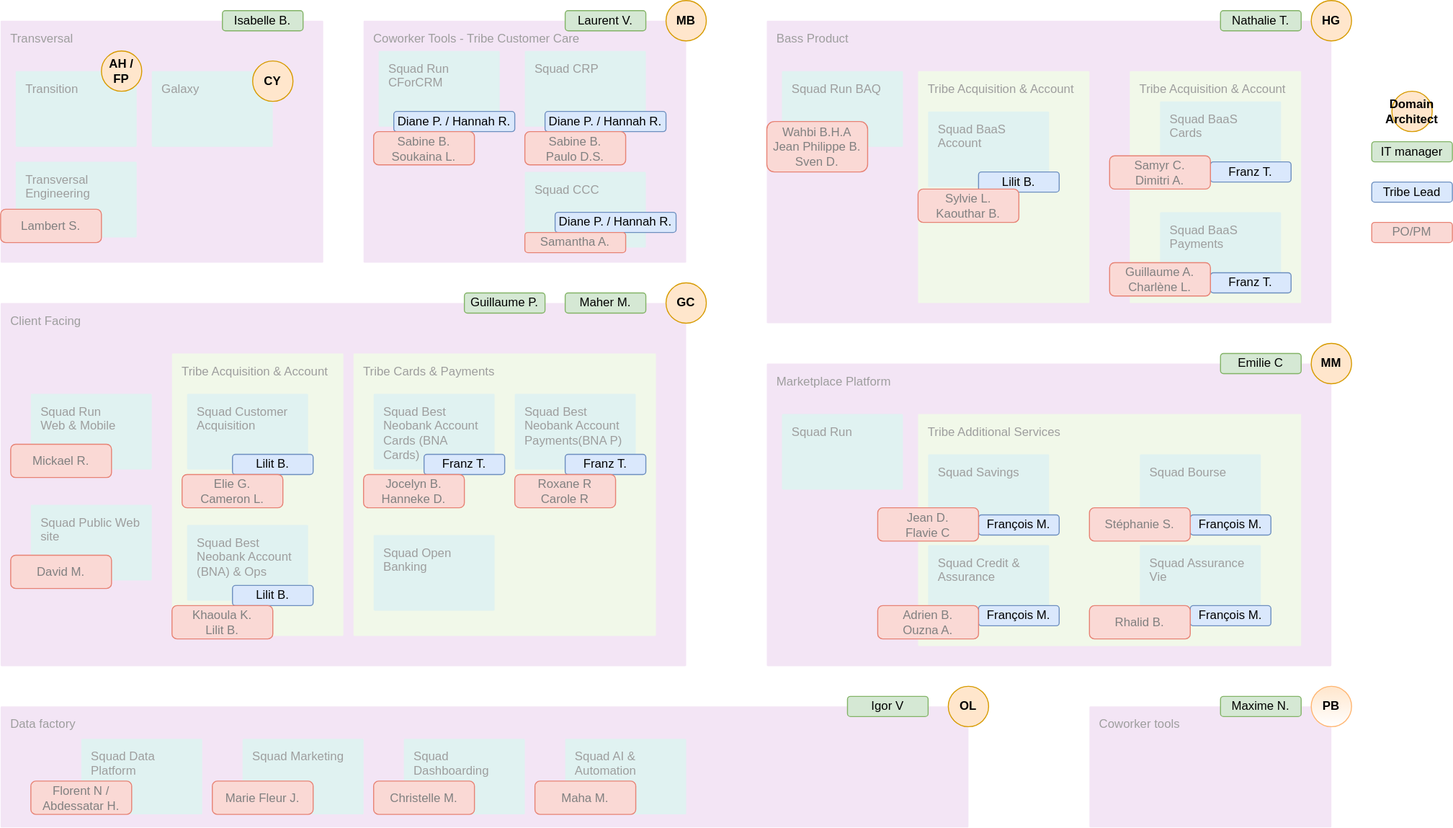
Before: orga_domains.drawio.svg, a diagram exported from draw.io (chaindatax/b4b). Source tidied: cells renumbered, new cells last; positions are measured from the earlier drawing's top-left corner, leaving out a move shared by most shapes.
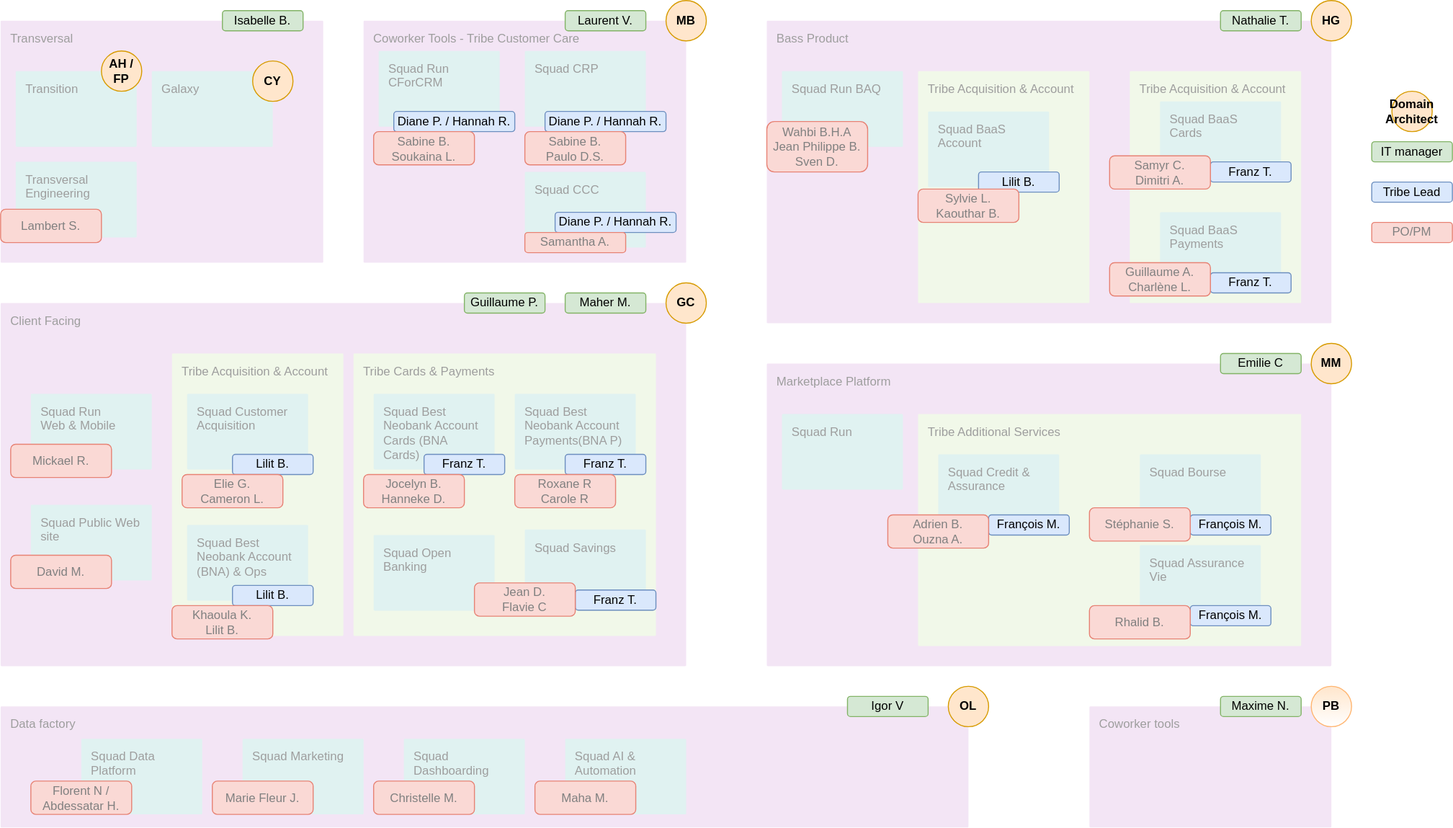
Later version of the same file.

Commit message:
Mettre à jour orga_domains.drawio.svg

What changed in the source:
```diff
@@ -87,7 +87,7 @@
       <mxGeometry x="910" y="410" width="380" height="230" as="geometry" />
     </mxCell>
     <mxCell id="30" value="Squad Savings" style="sketch=0;rounded=1;absoluteArcSize=1;arcSize=2;html=1;strokeColor=none;gradientColor=none;shadow=0;dashed=0;fontSize=12;fontColor=#9E9E9E;align=left;verticalAlign=top;spacing=10;spacingTop=-4;whiteSpace=wrap;fillColor=#E0F2F1;" parent="1" vertex="1">
-      <mxGeometry x="920" y="450" width="120" height="75" as="geometry" />
+      <mxGeometry x="520" y="524.5" width="120" height="75" as="geometry" />
     </mxCell>
     <mxCell id="31" value="Squad Bourse" style="sketch=0;rounded=1;absoluteArcSize=1;arcSize=2;html=1;strokeColor=none;gradientColor=none;shadow=0;dashed=0;fontSize=12;fontColor=#9E9E9E;align=left;verticalAlign=top;spacing=10;spacingTop=-4;whiteSpace=wrap;fillColor=#E0F2F1;" parent="1" vertex="1">
       <mxGeometry x="1130" y="450" width="120" height="75" as="geometry" />
@@ -96,7 +96,7 @@
       <mxGeometry x="1130" y="540" width="120" height="75" as="geometry" />
     </mxCell>
     <mxCell id="33" value="Squad Credit &amp;amp; Assurance" style="sketch=0;rounded=1;absoluteArcSize=1;arcSize=2;html=1;strokeColor=none;gradientColor=none;shadow=0;dashed=0;fontSize=12;fontColor=#9E9E9E;align=left;verticalAlign=top;spacing=10;spacingTop=-4;whiteSpace=wrap;fillColor=#E0F2F1;" parent="1" vertex="1">
-      <mxGeometry x="920" y="540" width="120" height="75" as="geometry" />
+      <mxGeometry x="930" y="450" width="120" height="75" as="geometry" />
     </mxCell>
     <mxCell id="34" value="Data factory" style="sketch=0;rounded=1;absoluteArcSize=1;arcSize=2;html=1;strokeColor=none;gradientColor=none;shadow=0;dashed=0;fontSize=12;fontColor=#9E9E9E;align=left;verticalAlign=top;spacing=10;spacingTop=-4;whiteSpace=wrap;fillColor=#F3E5F5;" parent="1" vertex="1">
       <mxGeometry y="700" width="960" height="120" as="geometry" />
@@ -175,11 +175,11 @@
     <mxCell id="60" value="Franz T." style="rounded=1;whiteSpace=wrap;html=1;fillColor=#dae8fc;strokeColor=#6c8ebf;" parent="50" vertex="1">
       <mxGeometry x="1200" y="270" width="80" height="20" as="geometry" />
     </mxCell>
-    <mxCell id="61" value="François M." style="rounded=1;whiteSpace=wrap;html=1;fillColor=#dae8fc;strokeColor=#6c8ebf;" parent="50" vertex="1">
-      <mxGeometry x="970" y="510" width="80" height="20" as="geometry" />
+    <mxCell id="61" value="Franz T." style="rounded=1;whiteSpace=wrap;html=1;fillColor=#dae8fc;strokeColor=#6c8ebf;" parent="50" vertex="1">
+      <mxGeometry x="570" y="584.5" width="80" height="20" as="geometry" />
     </mxCell>
     <mxCell id="62" value="François M." style="rounded=1;whiteSpace=wrap;html=1;fillColor=#dae8fc;strokeColor=#6c8ebf;" parent="50" vertex="1">
-      <mxGeometry x="970" y="600" width="80" height="20" as="geometry" />
+      <mxGeometry x="980" y="510" width="80" height="20" as="geometry" />
     </mxCell>
     <mxCell id="63" value="François M." style="rounded=1;whiteSpace=wrap;html=1;fillColor=#dae8fc;strokeColor=#6c8ebf;" parent="50" vertex="1">
       <mxGeometry x="1180" y="510" width="80" height="20" as="geometry" />
@@ -277,10 +277,10 @@
       <mxGeometry x="1100" y="260" width="100" height="33" as="geometry" />
     </mxCell>
     <mxCell id="96" value="Jean D.&lt;br&gt;Flavie C" style="rounded=1;whiteSpace=wrap;html=1;fillColor=#fad9d5;strokeColor=#e78274;labelBorderColor=none;fontColor=#808080;" parent="76" vertex="1">
-      <mxGeometry x="870" y="503" width="100" height="33" as="geometry" />
+      <mxGeometry x="470" y="577.5" width="100" height="33" as="geometry" />
     </mxCell>
     <mxCell id="97" value="Adrien B.&lt;br&gt;Ouzna A." style="rounded=1;whiteSpace=wrap;html=1;fillColor=#fad9d5;strokeColor=#e78274;labelBorderColor=none;fontColor=#808080;" parent="76" vertex="1">
-      <mxGeometry x="870" y="600" width="100" height="33" as="geometry" />
+      <mxGeometry x="880" y="510" width="100" height="33" as="geometry" />
     </mxCell>
     <mxCell id="98" value="Stéphanie S." style="rounded=1;whiteSpace=wrap;html=1;fillColor=#fad9d5;strokeColor=#e78274;labelBorderColor=none;fontColor=#808080;" parent="76" vertex="1">
       <mxGeometry x="1080" y="503" width="100" height="33" as="geometry" />
```
